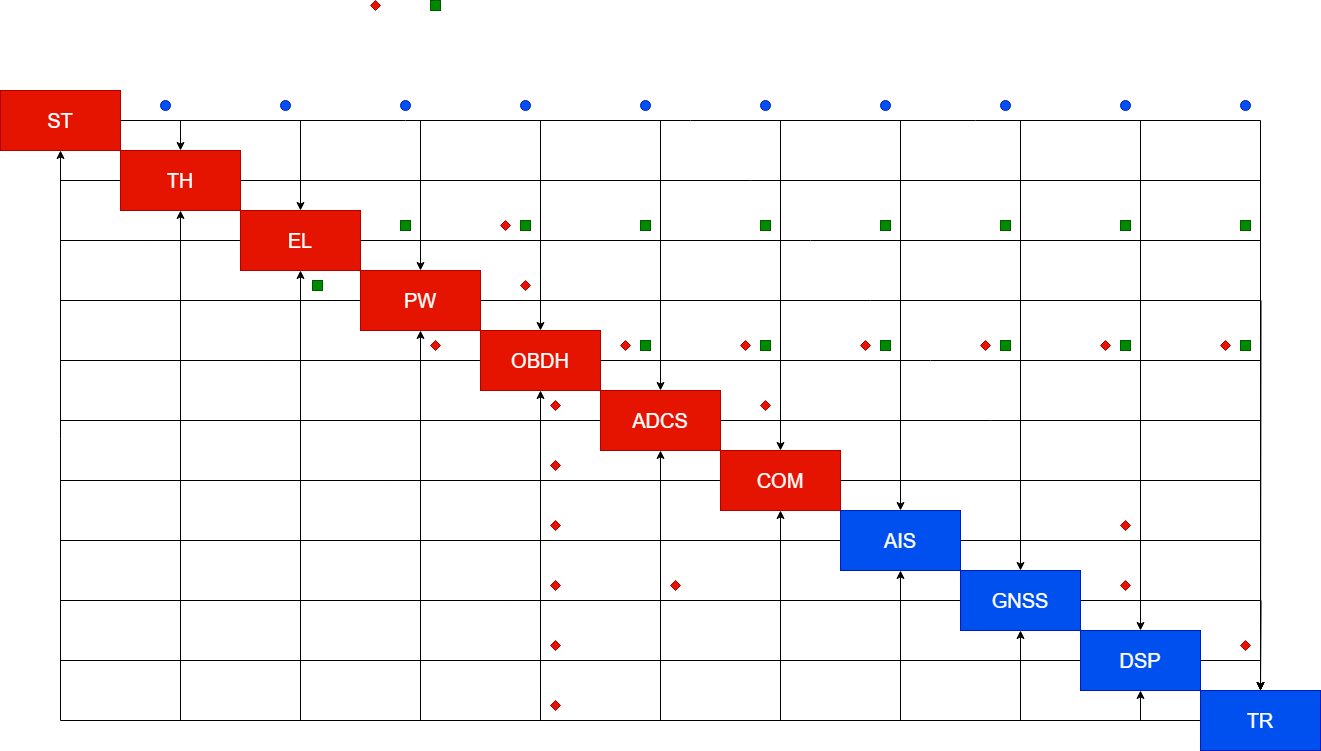
Before: interfaces.drawio.png, a diagram exported from draw.io (javijnb/LPRO_diagrams). Source tidied: cells renumbered, new cells last; positions are measured from the earlier drawing's top-left corner, leaving out a move shared by most shapes.
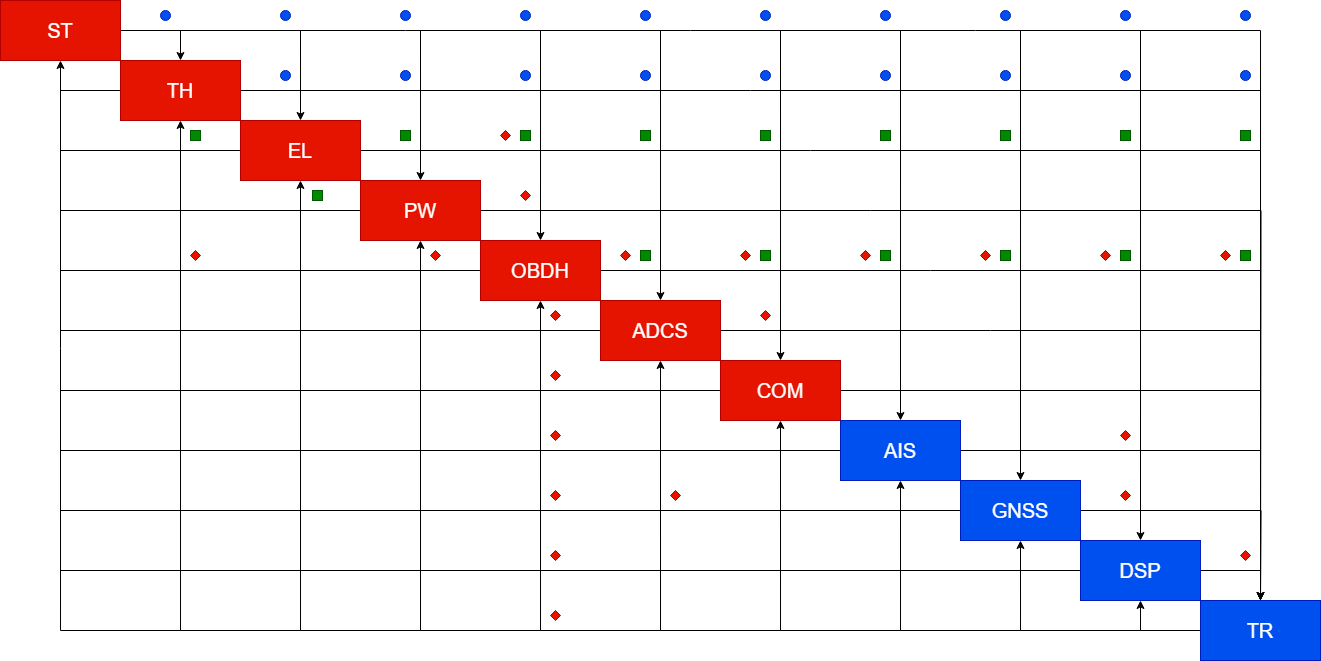
After the change.

Diff of the diagram source:
```diff
@@ -192,12 +192,6 @@
     <mxCell id="51" style="ellipse;whiteSpace=wrap;html=1;fillColor=#0050ef;fontColor=#ffffff;strokeColor=#001DBC;" parent="1" vertex="1">
       <mxGeometry x="160" y="100" width="10" height="10" as="geometry" />
     </mxCell>
-    <mxCell id="52" style="rhombus;whiteSpace=wrap;html=1;fillColor=#e51400;fontColor=#ffffff;strokeColor=#B20000;" parent="1" vertex="1">
-      <mxGeometry x="370" width="10" height="10" as="geometry" />
-    </mxCell>
-    <mxCell id="53" style="whiteSpace=wrap;html=1;fillColor=#008a00;fontColor=#ffffff;strokeColor=#005700;" parent="1" vertex="1">
-      <mxGeometry x="430" width="10" height="10" as="geometry" />
-    </mxCell>
     <mxCell id="54" style="ellipse;whiteSpace=wrap;html=1;fillColor=#0050ef;fontColor=#ffffff;strokeColor=#001DBC;" parent="1" vertex="1">
       <mxGeometry x="280" y="100" width="10" height="10" as="geometry" />
     </mxCell>
@@ -330,5 +324,38 @@
     <mxCell id="97" style="rhombus;whiteSpace=wrap;html=1;fillColor=#e51400;fontColor=#ffffff;strokeColor=#B20000;" parent="1" vertex="1">
       <mxGeometry x="760" y="400" width="10" height="10" as="geometry" />
     </mxCell>
+    <mxCell id="98" style="ellipse;whiteSpace=wrap;html=1;fillColor=#0050ef;fontColor=#ffffff;strokeColor=#001DBC;" parent="1" vertex="1">
+      <mxGeometry x="280" y="160" width="10" height="10" as="geometry" />
+    </mxCell>
+    <mxCell id="99" style="ellipse;whiteSpace=wrap;html=1;fillColor=#0050ef;fontColor=#ffffff;strokeColor=#001DBC;" parent="1" vertex="1">
+      <mxGeometry x="400" y="160" width="10" height="10" as="geometry" />
+    </mxCell>
+    <mxCell id="100" style="ellipse;whiteSpace=wrap;html=1;fillColor=#0050ef;fontColor=#ffffff;strokeColor=#001DBC;" parent="1" vertex="1">
+      <mxGeometry x="520" y="160" width="10" height="10" as="geometry" />
+    </mxCell>
+    <mxCell id="101" style="ellipse;whiteSpace=wrap;html=1;fillColor=#0050ef;fontColor=#ffffff;strokeColor=#001DBC;" parent="1" vertex="1">
+      <mxGeometry x="640" y="160" width="10" height="10" as="geometry" />
+    </mxCell>
+    <mxCell id="102" style="ellipse;whiteSpace=wrap;html=1;fillColor=#0050ef;fontColor=#ffffff;strokeColor=#001DBC;" parent="1" vertex="1">
+      <mxGeometry x="760" y="160" width="10" height="10" as="geometry" />
+    </mxCell>
+    <mxCell id="103" style="ellipse;whiteSpace=wrap;html=1;fillColor=#0050ef;fontColor=#ffffff;strokeColor=#001DBC;" parent="1" vertex="1">
+      <mxGeometry x="880" y="160" width="10" height="10" as="geometry" />
+    </mxCell>
+    <mxCell id="104" style="ellipse;whiteSpace=wrap;html=1;fillColor=#0050ef;fontColor=#ffffff;strokeColor=#001DBC;" parent="1" vertex="1">
+      <mxGeometry x="1000" y="160" width="10" height="10" as="geometry" />
+    </mxCell>
+    <mxCell id="105" style="ellipse;whiteSpace=wrap;html=1;fillColor=#0050ef;fontColor=#ffffff;strokeColor=#001DBC;" parent="1" vertex="1">
+      <mxGeometry x="1120" y="160" width="10" height="10" as="geometry" />
+    </mxCell>
+    <mxCell id="106" style="ellipse;whiteSpace=wrap;html=1;fillColor=#0050ef;fontColor=#ffffff;strokeColor=#001DBC;" parent="1" vertex="1">
+      <mxGeometry x="1240" y="160" width="10" height="10" as="geometry" />
+    </mxCell>
+    <mxCell id="107" style="rhombus;whiteSpace=wrap;html=1;fillColor=#e51400;fontColor=#ffffff;strokeColor=#B20000;" parent="1" vertex="1">
+      <mxGeometry x="190" y="340" width="10" height="10" as="geometry" />
+    </mxCell>
+    <mxCell id="108" style="whiteSpace=wrap;html=1;fillColor=#008a00;fontColor=#ffffff;strokeColor=#005700;" parent="1" vertex="1">
+      <mxGeometry x="190" y="220" width="10" height="10" as="geometry" />
+    </mxCell>
   </root>
 </mxGraphModel>
```
